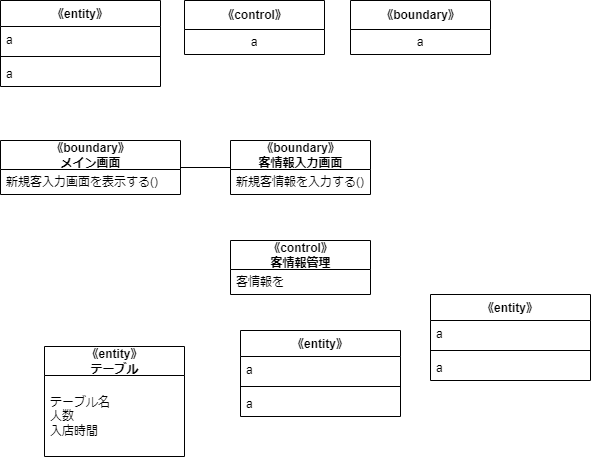
The draw.io diagram psp4/分析モデルのクラス図/分析モデルクラス図_新規客.drawio.png in MasakiHiguchi/---, before a commit. Source tidied: cells renumbered, new cells last; positions are measured from the earlier drawing's top-left corner, leaving out a move shared by most shapes. Its diagram source:
```xml
<mxGraphModel>
  <root>
    <mxCell id="0" />
    <mxCell id="1" parent="0" />
    <mxCell id="2" value="《entity》" style="swimlane;fontStyle=1;align=center;verticalAlign=top;horizontal=1;startSize=26;" parent="1" vertex="1">
      <mxGeometry width="160" height="86" as="geometry" />
    </mxCell>
    <mxCell id="3" value="a" style="text;strokeColor=none;fillColor=none;align=left;verticalAlign=top;spacingLeft=4;spacingRight=4;overflow=hidden;" parent="2" vertex="1">
      <mxGeometry y="26" width="160" height="26" as="geometry" />
    </mxCell>
    <mxCell id="4" style="line;strokeWidth=1;fillColor=none;align=left;verticalAlign=middle;spacingTop=-1;spacingLeft=3;spacingRight=3;labelPosition=right;strokeColor=inherit;" parent="2" vertex="1">
      <mxGeometry y="52" width="160" height="8" as="geometry" />
    </mxCell>
    <mxCell id="5" value="a" style="text;strokeColor=none;fillColor=none;align=left;verticalAlign=top;spacingLeft=4;spacingRight=4;overflow=hidden;" parent="2" vertex="1">
      <mxGeometry y="60" width="160" height="26" as="geometry" />
    </mxCell>
    <mxCell id="6" value="《control》" style="swimlane;fontStyle=1;align=center;verticalAlign=middle;horizontal=1;startSize=29;html=1;" parent="1" vertex="1">
      <mxGeometry x="184" width="140" height="54" as="geometry" />
    </mxCell>
    <mxCell id="7" value="a" style="text;html=1;strokeColor=none;fillColor=none;align=center;verticalAlign=middle;spacingLeft=4;spacingRight=4;overflow=hidden;" parent="6" vertex="1">
      <mxGeometry y="29" width="140" height="25" as="geometry" />
    </mxCell>
    <mxCell id="8" value="《boundary》" style="swimlane;fontStyle=1;align=center;verticalAlign=middle;horizontal=1;startSize=29;html=1;" parent="1" vertex="1">
      <mxGeometry x="350" width="140" height="54" as="geometry" />
    </mxCell>
    <mxCell id="9" value="a" style="text;html=1;strokeColor=none;fillColor=none;align=center;verticalAlign=middle;spacingLeft=4;spacingRight=4;overflow=hidden;" parent="8" vertex="1">
      <mxGeometry y="29" width="140" height="25" as="geometry" />
    </mxCell>
    <mxCell id="10" style="edgeStyle=none;html=1;exitX=1;exitY=0.5;exitDx=0;exitDy=0;entryX=0;entryY=0.5;entryDx=0;entryDy=0;endArrow=none;endFill=0;" parent="1" edge="1" source="11" target="13">
      <mxGeometry relative="1" as="geometry" />
    </mxCell>
    <mxCell id="11" value="《boundary》&lt;br&gt;メイン画面" style="swimlane;fontStyle=1;align=center;verticalAlign=middle;horizontal=1;startSize=29;html=1;" parent="1" vertex="1">
      <mxGeometry y="140" width="180" height="54" as="geometry" />
    </mxCell>
    <mxCell id="12" value="新規客入力画面を表示する()" style="text;html=1;strokeColor=none;fillColor=none;align=left;verticalAlign=middle;spacingLeft=4;spacingRight=4;overflow=hidden;" parent="11" vertex="1">
      <mxGeometry y="29" width="180" height="25" as="geometry" />
    </mxCell>
    <mxCell id="13" value="《boundary》&lt;br&gt;客情報入力画面" style="swimlane;fontStyle=1;align=center;verticalAlign=middle;horizontal=1;startSize=29;html=1;" parent="1" vertex="1">
      <mxGeometry x="230" y="140" width="140" height="54" as="geometry" />
    </mxCell>
    <mxCell id="14" value="新規客情報を入力する()" style="text;html=1;strokeColor=none;fillColor=none;align=center;verticalAlign=middle;spacingLeft=4;spacingRight=4;overflow=hidden;" parent="13" vertex="1">
      <mxGeometry y="29" width="140" height="25" as="geometry" />
    </mxCell>
    <mxCell id="15" value="《control》&lt;br&gt;客情報管理" style="swimlane;fontStyle=1;align=center;verticalAlign=middle;horizontal=1;startSize=29;html=1;" parent="1" vertex="1">
      <mxGeometry x="230" y="240" width="140" height="54" as="geometry" />
    </mxCell>
    <mxCell id="16" value="客情報を" style="text;html=1;strokeColor=none;fillColor=none;align=left;verticalAlign=middle;spacingLeft=4;spacingRight=4;overflow=hidden;" parent="15" vertex="1">
      <mxGeometry y="29" width="140" height="25" as="geometry" />
    </mxCell>
    <mxCell id="17" value="《entity》" style="swimlane;fontStyle=1;align=center;verticalAlign=top;horizontal=1;startSize=26;" parent="1" vertex="1">
      <mxGeometry x="240" y="330" width="160" height="86" as="geometry" />
    </mxCell>
    <mxCell id="18" value="a" style="text;strokeColor=none;fillColor=none;align=left;verticalAlign=top;spacingLeft=4;spacingRight=4;overflow=hidden;" parent="17" vertex="1">
      <mxGeometry y="26" width="160" height="26" as="geometry" />
    </mxCell>
    <mxCell id="19" style="line;strokeWidth=1;fillColor=none;align=left;verticalAlign=middle;spacingTop=-1;spacingLeft=3;spacingRight=3;labelPosition=right;strokeColor=inherit;" parent="17" vertex="1">
      <mxGeometry y="52" width="160" height="8" as="geometry" />
    </mxCell>
    <mxCell id="20" value="a" style="text;strokeColor=none;fillColor=none;align=left;verticalAlign=top;spacingLeft=4;spacingRight=4;overflow=hidden;" parent="17" vertex="1">
      <mxGeometry y="60" width="160" height="26" as="geometry" />
    </mxCell>
    <mxCell id="21" value="《entity》" style="swimlane;fontStyle=1;align=center;verticalAlign=top;horizontal=1;startSize=26;" parent="1" vertex="1">
      <mxGeometry x="430" y="294" width="160" height="86" as="geometry" />
    </mxCell>
    <mxCell id="22" value="a" style="text;strokeColor=none;fillColor=none;align=left;verticalAlign=top;spacingLeft=4;spacingRight=4;overflow=hidden;" parent="21" vertex="1">
      <mxGeometry y="26" width="160" height="26" as="geometry" />
    </mxCell>
    <mxCell id="23" style="line;strokeWidth=1;fillColor=none;align=left;verticalAlign=middle;spacingTop=-1;spacingLeft=3;spacingRight=3;labelPosition=right;strokeColor=inherit;" parent="21" vertex="1">
      <mxGeometry y="52" width="160" height="8" as="geometry" />
    </mxCell>
    <mxCell id="24" value="a" style="text;strokeColor=none;fillColor=none;align=left;verticalAlign=top;spacingLeft=4;spacingRight=4;overflow=hidden;" parent="21" vertex="1">
      <mxGeometry y="60" width="160" height="26" as="geometry" />
    </mxCell>
    <mxCell id="25" value="《entity》&lt;br&gt;テーブル" style="swimlane;fontStyle=1;align=center;verticalAlign=middle;horizontal=1;startSize=29;html=1;" parent="1" vertex="1">
      <mxGeometry x="44" y="346" width="140" height="110" as="geometry" />
    </mxCell>
    <mxCell id="26" value="テーブル名&lt;br&gt;人数&lt;br&gt;入店時間&lt;br&gt;" style="text;html=1;strokeColor=none;fillColor=none;align=left;verticalAlign=middle;spacingLeft=4;spacingRight=4;overflow=hidden;" parent="25" vertex="1">
      <mxGeometry y="29" width="140" height="81" as="geometry" />
    </mxCell>
  </root>
</mxGraphModel>
```
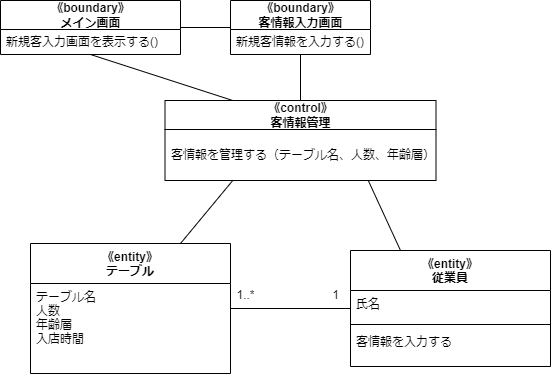
After the change.

What changed in the source:
```diff
@@ -2,30 +2,6 @@
   <root>
     <mxCell id="0" />
     <mxCell id="1" parent="0" />
-    <mxCell id="2" value="《entity》" style="swimlane;fontStyle=1;align=center;verticalAlign=top;horizontal=1;startSize=26;" parent="1" vertex="1">
-      <mxGeometry width="160" height="86" as="geometry" />
-    </mxCell>
-    <mxCell id="3" value="a" style="text;strokeColor=none;fillColor=none;align=left;verticalAlign=top;spacingLeft=4;spacingRight=4;overflow=hidden;" parent="2" vertex="1">
-      <mxGeometry y="26" width="160" height="26" as="geometry" />
-    </mxCell>
-    <mxCell id="4" style="line;strokeWidth=1;fillColor=none;align=left;verticalAlign=middle;spacingTop=-1;spacingLeft=3;spacingRight=3;labelPosition=right;strokeColor=inherit;" parent="2" vertex="1">
-      <mxGeometry y="52" width="160" height="8" as="geometry" />
-    </mxCell>
-    <mxCell id="5" value="a" style="text;strokeColor=none;fillColor=none;align=left;verticalAlign=top;spacingLeft=4;spacingRight=4;overflow=hidden;" parent="2" vertex="1">
-      <mxGeometry y="60" width="160" height="26" as="geometry" />
-    </mxCell>
-    <mxCell id="6" value="《control》" style="swimlane;fontStyle=1;align=center;verticalAlign=middle;horizontal=1;startSize=29;html=1;" parent="1" vertex="1">
-      <mxGeometry x="184" width="140" height="54" as="geometry" />
-    </mxCell>
-    <mxCell id="7" value="a" style="text;html=1;strokeColor=none;fillColor=none;align=center;verticalAlign=middle;spacingLeft=4;spacingRight=4;overflow=hidden;" parent="6" vertex="1">
-      <mxGeometry y="29" width="140" height="25" as="geometry" />
-    </mxCell>
-    <mxCell id="8" value="《boundary》" style="swimlane;fontStyle=1;align=center;verticalAlign=middle;horizontal=1;startSize=29;html=1;" parent="1" vertex="1">
-      <mxGeometry x="350" width="140" height="54" as="geometry" />
-    </mxCell>
-    <mxCell id="9" value="a" style="text;html=1;strokeColor=none;fillColor=none;align=center;verticalAlign=middle;spacingLeft=4;spacingRight=4;overflow=hidden;" parent="8" vertex="1">
-      <mxGeometry y="29" width="140" height="25" as="geometry" />
-    </mxCell>
     <mxCell id="10" style="edgeStyle=none;html=1;exitX=1;exitY=0.5;exitDx=0;exitDy=0;entryX=0;entryY=0.5;entryDx=0;entryDy=0;endArrow=none;endFill=0;" parent="1" edge="1" source="11" target="13">
       <mxGeometry relative="1" as="geometry" />
     </mxCell>
@@ -35,47 +11,56 @@
     <mxCell id="12" value="新規客入力画面を表示する()" style="text;html=1;strokeColor=none;fillColor=none;align=left;verticalAlign=middle;spacingLeft=4;spacingRight=4;overflow=hidden;" parent="11" vertex="1">
       <mxGeometry y="29" width="180" height="25" as="geometry" />
     </mxCell>
+    <mxCell id="27" style="edgeStyle=none;html=1;exitX=0.5;exitY=1;exitDx=0;exitDy=0;entryX=0.5;entryY=0;entryDx=0;entryDy=0;endArrow=none;endFill=0;" parent="1" edge="1" source="13" target="15">
+      <mxGeometry relative="1" as="geometry" />
+    </mxCell>
     <mxCell id="13" value="《boundary》&lt;br&gt;客情報入力画面" style="swimlane;fontStyle=1;align=center;verticalAlign=middle;horizontal=1;startSize=29;html=1;" parent="1" vertex="1">
       <mxGeometry x="230" y="140" width="140" height="54" as="geometry" />
     </mxCell>
     <mxCell id="14" value="新規客情報を入力する()" style="text;html=1;strokeColor=none;fillColor=none;align=center;verticalAlign=middle;spacingLeft=4;spacingRight=4;overflow=hidden;" parent="13" vertex="1">
       <mxGeometry y="29" width="140" height="25" as="geometry" />
     </mxCell>
+    <mxCell id="28" style="edgeStyle=none;html=1;exitX=0.25;exitY=0;exitDx=0;exitDy=0;entryX=0.5;entryY=1;entryDx=0;entryDy=0;endArrow=none;endFill=0;" parent="1" edge="1" source="15" target="11">
+      <mxGeometry relative="1" as="geometry" />
+    </mxCell>
     <mxCell id="15" value="《control》&lt;br&gt;客情報管理" style="swimlane;fontStyle=1;align=center;verticalAlign=middle;horizontal=1;startSize=29;html=1;" parent="1" vertex="1">
-      <mxGeometry x="230" y="240" width="140" height="54" as="geometry" />
+      <mxGeometry x="164.5" y="240" width="271" height="80" as="geometry" />
     </mxCell>
-    <mxCell id="16" value="客情報を" style="text;html=1;strokeColor=none;fillColor=none;align=left;verticalAlign=middle;spacingLeft=4;spacingRight=4;overflow=hidden;" parent="15" vertex="1">
-      <mxGeometry y="29" width="140" height="25" as="geometry" />
+    <mxCell id="16" value="客情報を管理する（テーブル名、人数、年齢層）&lt;br&gt;" style="text;html=1;strokeColor=none;fillColor=none;align=left;verticalAlign=middle;spacingLeft=4;spacingRight=4;overflow=hidden;" parent="15" vertex="1">
+      <mxGeometry y="29" width="271" height="51" as="geometry" />
     </mxCell>
-    <mxCell id="17" value="《entity》" style="swimlane;fontStyle=1;align=center;verticalAlign=top;horizontal=1;startSize=26;" parent="1" vertex="1">
-      <mxGeometry x="240" y="330" width="160" height="86" as="geometry" />
-    </mxCell>
-    <mxCell id="18" value="a" style="text;strokeColor=none;fillColor=none;align=left;verticalAlign=top;spacingLeft=4;spacingRight=4;overflow=hidden;" parent="17" vertex="1">
-      <mxGeometry y="26" width="160" height="26" as="geometry" />
-    </mxCell>
-    <mxCell id="19" style="line;strokeWidth=1;fillColor=none;align=left;verticalAlign=middle;spacingTop=-1;spacingLeft=3;spacingRight=3;labelPosition=right;strokeColor=inherit;" parent="17" vertex="1">
-      <mxGeometry y="52" width="160" height="8" as="geometry" />
-    </mxCell>
-    <mxCell id="20" value="a" style="text;strokeColor=none;fillColor=none;align=left;verticalAlign=top;spacingLeft=4;spacingRight=4;overflow=hidden;" parent="17" vertex="1">
-      <mxGeometry y="60" width="160" height="26" as="geometry" />
-    </mxCell>
-    <mxCell id="21" value="《entity》" style="swimlane;fontStyle=1;align=center;verticalAlign=top;horizontal=1;startSize=26;" parent="1" vertex="1">
-      <mxGeometry x="430" y="294" width="160" height="86" as="geometry" />
-    </mxCell>
-    <mxCell id="22" value="a" style="text;strokeColor=none;fillColor=none;align=left;verticalAlign=top;spacingLeft=4;spacingRight=4;overflow=hidden;" parent="21" vertex="1">
-      <mxGeometry y="26" width="160" height="26" as="geometry" />
-    </mxCell>
-    <mxCell id="23" style="line;strokeWidth=1;fillColor=none;align=left;verticalAlign=middle;spacingTop=-1;spacingLeft=3;spacingRight=3;labelPosition=right;strokeColor=inherit;" parent="21" vertex="1">
-      <mxGeometry y="52" width="160" height="8" as="geometry" />
-    </mxCell>
-    <mxCell id="24" value="a" style="text;strokeColor=none;fillColor=none;align=left;verticalAlign=top;spacingLeft=4;spacingRight=4;overflow=hidden;" parent="21" vertex="1">
-      <mxGeometry y="60" width="160" height="26" as="geometry" />
-    </mxCell>
+    <mxCell id="29" style="edgeStyle=none;html=1;exitX=0.75;exitY=0;exitDx=0;exitDy=0;entryX=0.25;entryY=1;entryDx=0;entryDy=0;endArrow=none;endFill=0;" parent="1" edge="1" source="25" target="15">
+      <mxGeometry relative="1" as="geometry" />
+    </mxCell>
-    <mxCell id="25" value="《entity》&lt;br&gt;テーブル" style="swimlane;fontStyle=1;align=center;verticalAlign=middle;horizontal=1;startSize=29;html=1;" parent="1" vertex="1">
-      <mxGeometry x="44" y="346" width="140" height="110" as="geometry" />
+    <mxCell id="25" value="《entity》&#10;テーブル" style="swimlane;fontStyle=1;align=center;verticalAlign=top;horizontal=1;startSize=40;" parent="1" vertex="1">
+      <mxGeometry x="30" y="383" width="200" height="130" as="geometry" />
     </mxCell>
-    <mxCell id="26" value="テーブル名&lt;br&gt;人数&lt;br&gt;入店時間&lt;br&gt;" style="text;html=1;strokeColor=none;fillColor=none;align=left;verticalAlign=middle;spacingLeft=4;spacingRight=4;overflow=hidden;" parent="25" vertex="1">
-      <mxGeometry y="29" width="140" height="81" as="geometry" />
-    </mxCell>
+    <mxCell id="30" value="テーブル名&#10;人数&#10;年齢層&#10;入店時間" style="text;strokeColor=none;fillColor=none;align=left;verticalAlign=top;spacingLeft=4;spacingRight=4;overflow=hidden;" parent="25" vertex="1">
+      <mxGeometry y="40" width="200" height="90" as="geometry" />
+    </mxCell>
+    <mxCell id="31" style="edgeStyle=none;html=1;exitX=0;exitY=0.5;exitDx=0;exitDy=0;entryX=1;entryY=0.5;entryDx=0;entryDy=0;endArrow=none;endFill=0;" parent="1" edge="1" source="33" target="25">
+      <mxGeometry relative="1" as="geometry" />
+    </mxCell>
+    <mxCell id="32" style="edgeStyle=none;html=1;exitX=0.25;exitY=0;exitDx=0;exitDy=0;entryX=0.75;entryY=1;entryDx=0;entryDy=0;endArrow=none;endFill=0;" parent="1" edge="1" source="33" target="15">
+      <mxGeometry relative="1" as="geometry" />
+    </mxCell>
+    <mxCell id="33" value="《entity》&#10;従業員" style="swimlane;fontStyle=1;align=center;verticalAlign=top;horizontal=1;startSize=40;" parent="1" vertex="1">
+      <mxGeometry x="350" y="390" width="200" height="116" as="geometry" />
+    </mxCell>
+    <mxCell id="34" value="氏名" style="text;strokeColor=none;fillColor=none;align=left;verticalAlign=top;spacingLeft=4;spacingRight=4;overflow=hidden;" parent="33" vertex="1">
+      <mxGeometry y="40" width="200" height="30" as="geometry" />
+    </mxCell>
+    <mxCell id="35" style="line;strokeWidth=1;fillColor=none;align=left;verticalAlign=middle;spacingTop=-1;spacingLeft=3;spacingRight=3;labelPosition=right;strokeColor=inherit;" parent="33" vertex="1">
+      <mxGeometry y="70" width="200" height="8" as="geometry" />
+    </mxCell>
+    <mxCell id="36" value="客情報を入力する&#10;" style="text;strokeColor=none;fillColor=none;align=left;verticalAlign=top;spacingLeft=4;spacingRight=4;overflow=hidden;" parent="33" vertex="1">
+      <mxGeometry y="78" width="200" height="38" as="geometry" />
+    </mxCell>
+    <mxCell id="37" value="1" style="text;html=1;align=center;verticalAlign=middle;strokeColor=none;fillColor=none;" parent="1" vertex="1">
+      <mxGeometry x="320" y="420" width="30" height="30" as="geometry" />
+    </mxCell>
+    <mxCell id="38" value="1..*" style="text;html=1;align=center;verticalAlign=middle;strokeColor=none;fillColor=none;" parent="1" vertex="1">
+      <mxGeometry x="225" y="420" width="40" height="30" as="geometry" />
+    </mxCell>
   </root>
 </mxGraphModel>
```
